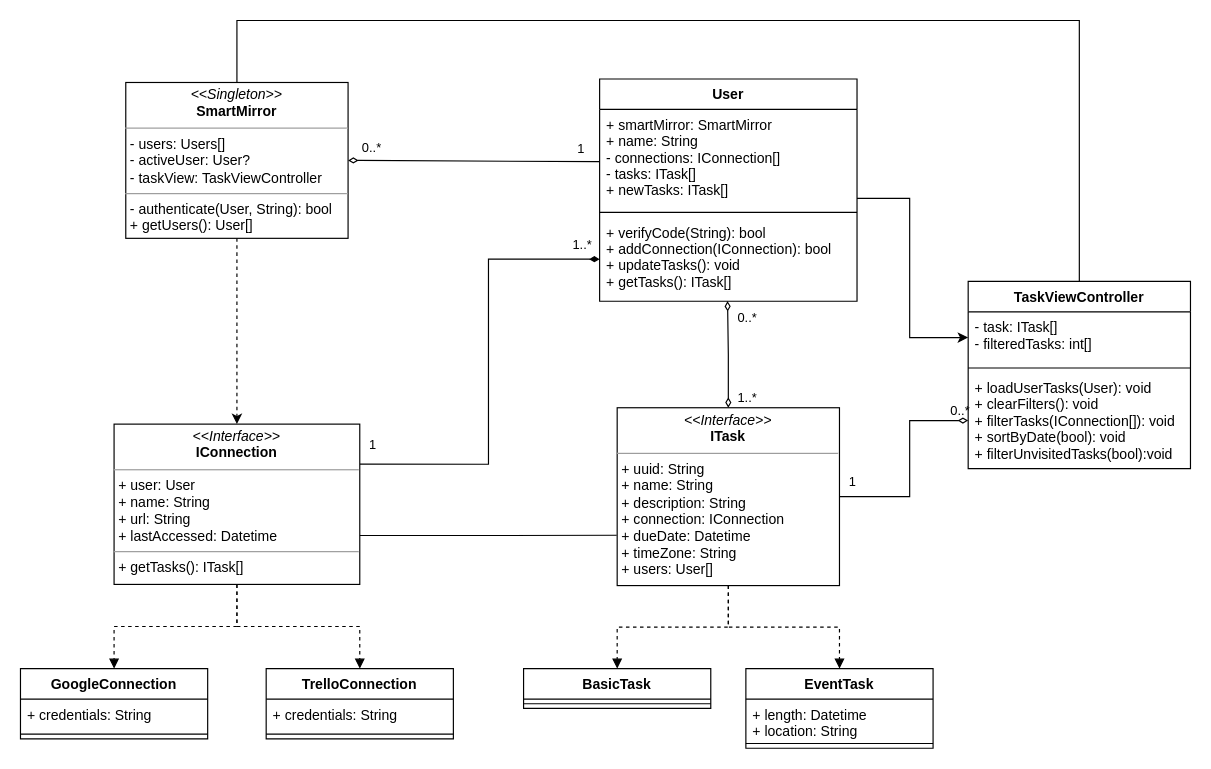
This is page "objects" (1 of 8) of smart-mirror.drawio from Bab-Lab/smart-mirror, a draw.io file, before an edit. Source tidied: cells renumbered, new cells numbered last; positions are measured from the earlier drawing's top-left corner, leaving out a move shared by most shapes. Both pictures are drawn from the tidied source at 117%, with x=0, y=0 at pixel (20, 20).
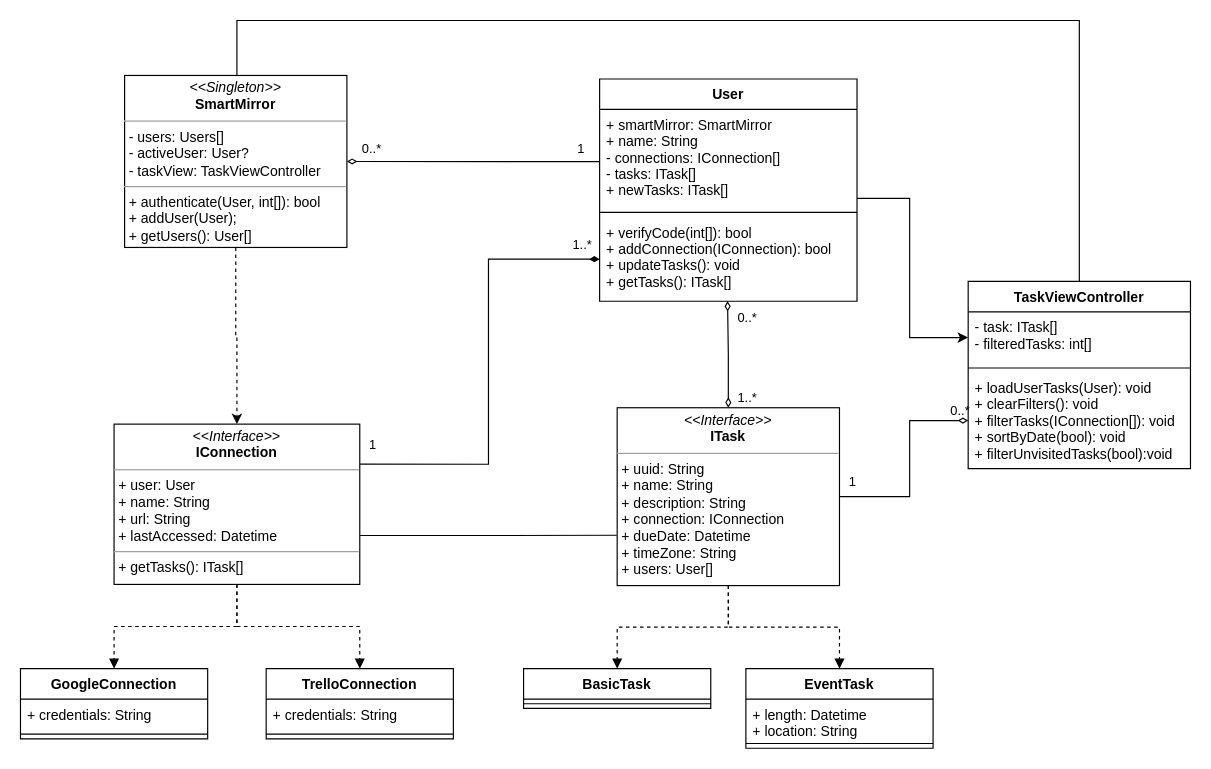
The same diagram, later.

The change refers to these unchanged cells:
```xml
<mxCell id="19" value="User" style="swimlane;fontStyle=1;align=center;verticalAlign=top;horizontal=1;startSize=26;fillColor=#FFFFFF;labelBackgroundColor=none;" parent="1" vertex="1">
  <mxGeometry x="495" y="50" width="220" height="190" as="geometry" />
</mxCell>
```

The edit, as a diff of the source:
```diff
@@
-    <mxCell id="22" value="+ verifyCode(String): bool&#10;+ addConnection(IConnection): bool&#10;+ updateTasks(): void&#10;+ getTasks(): ITask[]" style="text;strokeColor=none;fillColor=none;align=left;verticalAlign=top;spacingLeft=4;spacingRight=4;overflow=hidden;points=[[0,0.5],[1,0.5]];portConstraint=eastwest;labelBackgroundColor=none;" parent="19" vertex="1">
+    <mxCell id="22" value="+ verifyCode(int[]): bool&#10;+ addConnection(IConnection): bool&#10;+ updateTasks(): void&#10;+ getTasks(): ITask[]" style="text;strokeColor=none;fillColor=none;align=left;verticalAlign=top;spacingLeft=4;spacingRight=4;overflow=hidden;points=[[0,0.5],[1,0.5]];portConstraint=eastwest;labelBackgroundColor=none;" parent="19" vertex="1">
       <mxGeometry y="118" width="220" height="72" as="geometry" />
     </mxCell>
@@
-    <mxCell id="32" value="&lt;p style=&quot;margin: 0px ; margin-top: 4px ; text-align: center&quot;&gt;&lt;i&gt;&amp;lt;&amp;lt;Singleton&amp;gt;&amp;gt;&lt;/i&gt;&lt;br&gt;&lt;b&gt;SmartMirror&lt;/b&gt;&lt;/p&gt;&lt;hr size=&quot;1&quot;&gt;&lt;p style=&quot;margin: 0px ; margin-left: 4px&quot;&gt;- users: Users[]&lt;br&gt;&lt;/p&gt;&lt;p style=&quot;margin: 0px ; margin-left: 4px&quot;&gt;- activeUser: User?&lt;/p&gt;&lt;p style=&quot;margin: 0px ; margin-left: 4px&quot;&gt;- taskView: TaskViewController&lt;/p&gt;&lt;hr size=&quot;1&quot;&gt;&lt;p style=&quot;margin: 0px ; margin-left: 4px&quot;&gt;- authenticate(User, String): bool&lt;/p&gt;&lt;p style=&quot;margin: 0px ; margin-left: 4px&quot;&gt;+ getUsers(): User[]&lt;/p&gt;" style="verticalAlign=top;align=left;overflow=fill;fontSize=12;fontFamily=Helvetica;html=1;fillColor=#FFFFFF;labelBackgroundColor=none;" parent="1" vertex="1">
-      <mxGeometry x="90" y="53" width="190" height="133.2" as="geometry" />
+    <mxCell id="32" value="&lt;p style=&quot;margin: 0px ; margin-top: 4px ; text-align: center&quot;&gt;&lt;i&gt;&amp;lt;&amp;lt;Singleton&amp;gt;&amp;gt;&lt;/i&gt;&lt;br&gt;&lt;b&gt;SmartMirror&lt;/b&gt;&lt;/p&gt;&lt;hr size=&quot;1&quot;&gt;&lt;p style=&quot;margin: 0px ; margin-left: 4px&quot;&gt;- users: Users[]&lt;br&gt;&lt;/p&gt;&lt;p style=&quot;margin: 0px ; margin-left: 4px&quot;&gt;- activeUser: User?&lt;/p&gt;&lt;p style=&quot;margin: 0px ; margin-left: 4px&quot;&gt;- taskView: TaskViewController&lt;/p&gt;&lt;hr size=&quot;1&quot;&gt;&lt;p style=&quot;margin: 0px ; margin-left: 4px&quot;&gt;+ authenticate(User, int[]): bool&lt;/p&gt;&lt;p style=&quot;margin: 0px ; margin-left: 4px&quot;&gt;+ addUser(User);&lt;/p&gt;&lt;p style=&quot;margin: 0px ; margin-left: 4px&quot;&gt;+ getUsers(): User[]&lt;/p&gt;" style="verticalAlign=top;align=left;overflow=fill;fontSize=12;fontFamily=Helvetica;html=1;fillColor=#FFFFFF;labelBackgroundColor=none;" parent="1" vertex="1">
+      <mxGeometry x="89" y="47" width="190" height="147" as="geometry" />
     </mxCell>
```
